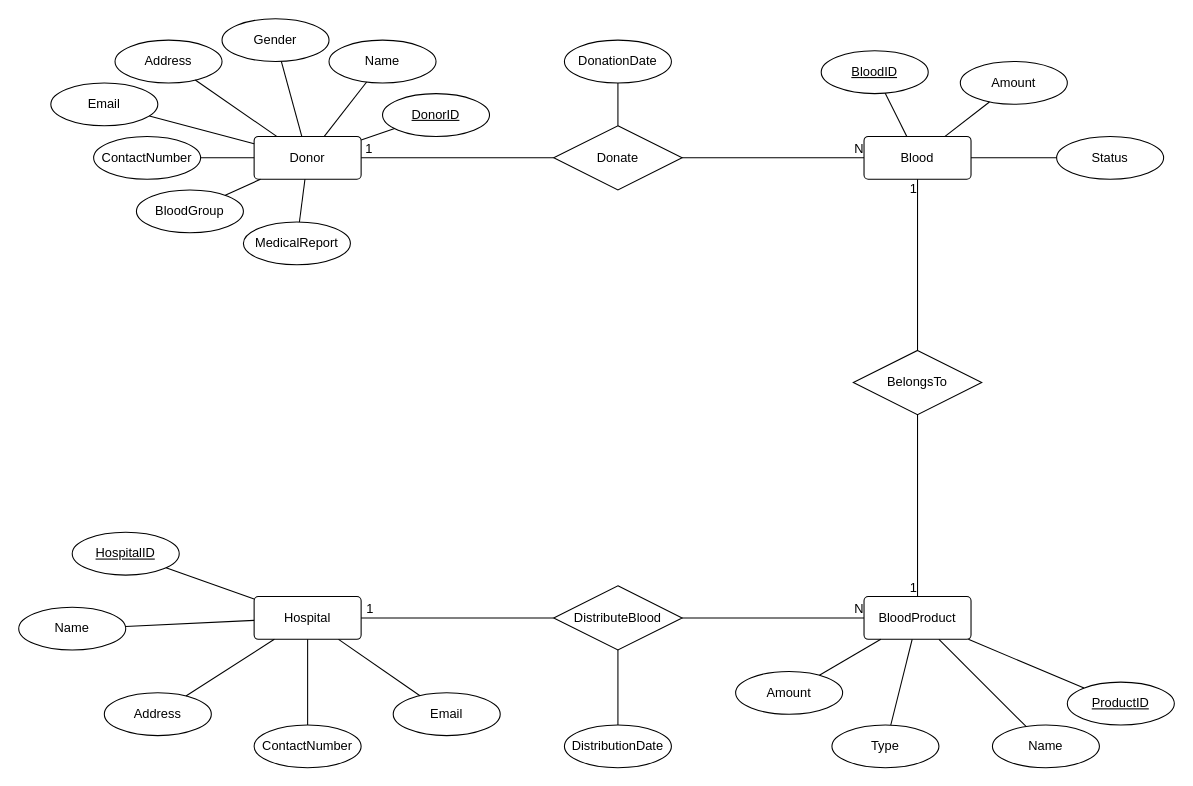
This is Project.drawio from phucnguyen111/DatabaseProject-BloodManagement, a draw.io file, before an edit. Source tidied: cells renumbered, new cells numbered last; positions are measured from the earlier drawing's top-left corner, leaving out a move shared by most shapes. Both pictures are drawn from the tidied source at 107%, with x=0, y=0 at pixel (18, 18).
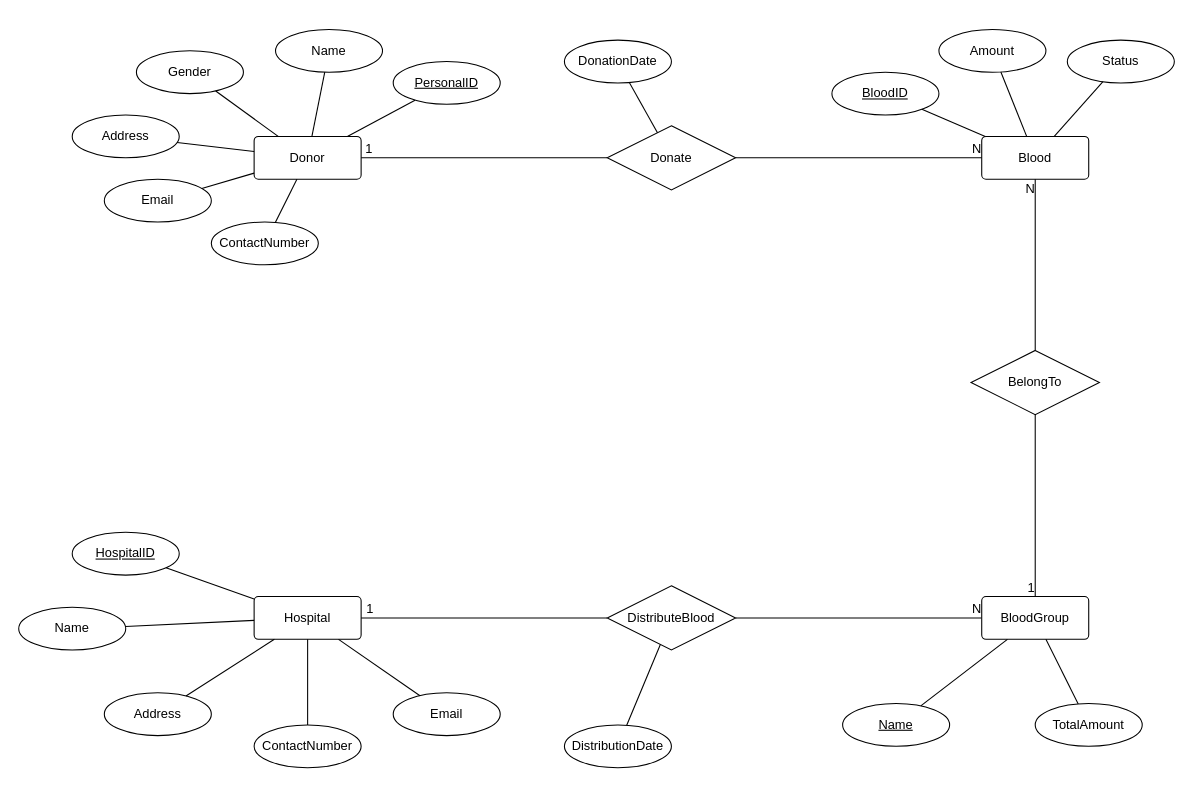
The same diagram, later.

Unchanged cells that the change refers to:
```xml
<mxCell id="2" value="Donor" style="rounded=1;arcSize=10;whiteSpace=wrap;html=1;align=center;" parent="1" vertex="1">
  <mxGeometry x="220" y="110" width="100" height="40" as="geometry" />
</mxCell>
<mxCell id="28" style="endArrow=none;html=1;rounded=0;" parent="1" edge="1" source="27" target="17">
  <mxGeometry relative="1" as="geometry" />
</mxCell>
```

The edit, as a diff of the source:
```diff
@@
-    <mxCell id="3" value="DonorID" style="ellipse;whiteSpace=wrap;html=1;align=center;fontStyle=4;" parent="1" vertex="1">
-      <mxGeometry x="340" y="70" width="100" height="40" as="geometry" />
-    </mxCell>
     <mxCell id="4" value="Name" style="ellipse;whiteSpace=wrap;html=1;align=center;" parent="1" vertex="1">
-      <mxGeometry x="290" y="20" width="100" height="40" as="geometry" />
+      <mxGeometry x="240" y="10" width="100" height="40" as="geometry" />
     </mxCell>
-    <mxCell id="5" value="BloodGroup" style="ellipse;whiteSpace=wrap;html=1;align=center;" parent="1" vertex="1">
-      <mxGeometry x="110" y="160" width="100" height="40" as="geometry" />
-    </mxCell>
-    <mxCell id="6" value="MedicalReport" style="ellipse;whiteSpace=wrap;html=1;align=center;" parent="1" vertex="1">
-      <mxGeometry x="210" y="190" width="100" height="40" as="geometry" />
+    <mxCell id="6" value="PersonalID" style="ellipse;whiteSpace=wrap;html=1;align=center;fontStyle=4;" parent="1" vertex="1">
+      <mxGeometry x="350" y="40" width="100" height="40" as="geometry" />
     </mxCell>
     <mxCell id="7" value="Address" style="ellipse;whiteSpace=wrap;html=1;align=center;" parent="1" vertex="1">
-      <mxGeometry x="90" y="20" width="100" height="40" as="geometry" />
+      <mxGeometry x="50" y="90" width="100" height="40" as="geometry" />
     </mxCell>
     <mxCell id="8" value="ContactNumber" style="ellipse;whiteSpace=wrap;html=1;align=center;" parent="1" vertex="1">
-      <mxGeometry x="70" y="110" width="100" height="40" as="geometry" />
+      <mxGeometry x="180" y="190" width="100" height="40" as="geometry" />
     </mxCell>
     <mxCell id="9" value="Email" style="ellipse;whiteSpace=wrap;html=1;align=center;" parent="1" vertex="1">
-      <mxGeometry x="30" y="60" width="100" height="40" as="geometry" />
+      <mxGeometry x="80" y="150" width="100" height="40" as="geometry" />
     </mxCell>
@@
-    <mxCell id="13" style="endArrow=none;html=1;rounded=0;" parent="1" edge="1" source="3" target="2">
-      <mxGeometry relative="1" as="geometry" />
-    </mxCell>
-    <mxCell id="14" style="endArrow=none;html=1;rounded=0;" parent="1" edge="1" source="5" target="2">
-      <mxGeometry relative="1" as="geometry" />
-    </mxCell>
@@
     <mxCell id="17" value="Blood" style="rounded=1;arcSize=10;whiteSpace=wrap;html=1;align=center;" parent="1" vertex="1">
-      <mxGeometry x="790" y="110" width="100" height="40" as="geometry" />
+      <mxGeometry x="900" y="110" width="100" height="40" as="geometry" />
     </mxCell>
     <mxCell id="18" value="Amount" style="ellipse;whiteSpace=wrap;html=1;align=center;" parent="1" vertex="1">
-      <mxGeometry x="880" y="40" width="100" height="40" as="geometry" />
+      <mxGeometry x="860" y="10" width="100" height="40" as="geometry" />
     </mxCell>
     <mxCell id="19" value="Status" style="ellipse;whiteSpace=wrap;html=1;align=center;" parent="1" vertex="1">
-      <mxGeometry x="970" y="110" width="100" height="40" as="geometry" />
+      <mxGeometry x="980" y="20" width="100" height="40" as="geometry" />
     </mxCell>
@@
     <mxCell id="22" value="Donate" style="shape=rhombus;perimeter=rhombusPerimeter;whiteSpace=wrap;html=1;align=center;" parent="1" vertex="1">
-      <mxGeometry x="500" y="100" width="120" height="60" as="geometry" />
+      <mxGeometry x="550" y="100" width="120" height="60" as="geometry" />
     </mxCell>
@@
-    <mxCell id="27" value="BelongsTo" style="shape=rhombus;perimeter=rhombusPerimeter;whiteSpace=wrap;html=1;align=center;" parent="1" vertex="1">
-      <mxGeometry x="780" y="310" width="120" height="60" as="geometry" />
+    <mxCell id="27" value="BelongTo" style="shape=rhombus;perimeter=rhombusPerimeter;whiteSpace=wrap;html=1;align=center;" parent="1" vertex="1">
+      <mxGeometry x="890" y="310" width="120" height="60" as="geometry" />
     </mxCell>
@@
-    <mxCell id="29" value="1" style="html=1;align=right;verticalAlign=bottom;" parent="28" vertex="1">
+    <mxCell id="29" value="N" style="html=1;align=right;verticalAlign=bottom;" parent="28" vertex="1">
       <mxGeometry x="1" relative="1" as="geometry">
         <mxPoint y="17" as="offset" />
       </mxGeometry>
     </mxCell>
     <mxCell id="30" value="BloodID" style="ellipse;whiteSpace=wrap;html=1;align=center;fontStyle=4;" parent="1" vertex="1">
-      <mxGeometry x="750" y="30" width="100" height="40" as="geometry" />
+      <mxGeometry x="760" y="50" width="100" height="40" as="geometry" />
     </mxCell>
@@
     <mxCell id="35" value="DistributeBlood" style="shape=rhombus;perimeter=rhombusPerimeter;whiteSpace=wrap;html=1;align=center;" parent="1" vertex="1">
-      <mxGeometry x="500" y="530" width="120" height="60" as="geometry" />
+      <mxGeometry x="550" y="530" width="120" height="60" as="geometry" />
     </mxCell>
@@
     <mxCell id="52" value="Gender" style="ellipse;whiteSpace=wrap;html=1;align=center;" parent="1" vertex="1">
-      <mxGeometry x="190" width="100" height="40" as="geometry" />
+      <mxGeometry x="110" y="30" width="100" height="40" as="geometry" />
     </mxCell>
@@
-    <mxCell id="54" value="BloodProduct" style="rounded=1;arcSize=10;whiteSpace=wrap;html=1;align=center;" parent="1" vertex="1">
-      <mxGeometry x="790" y="540" width="100" height="40" as="geometry" />
+    <mxCell id="54" value="BloodGroup" style="rounded=1;arcSize=10;whiteSpace=wrap;html=1;align=center;" parent="1" vertex="1">
+      <mxGeometry x="900" y="540" width="100" height="40" as="geometry" />
     </mxCell>
-    <mxCell id="55" value="ProductID" style="ellipse;whiteSpace=wrap;html=1;align=center;fontStyle=4;" parent="1" vertex="1">
-      <mxGeometry x="980" y="620" width="100" height="40" as="geometry" />
+    <mxCell id="55" value="Name" style="ellipse;whiteSpace=wrap;html=1;align=center;fontStyle=4;" parent="1" vertex="1">
+      <mxGeometry x="770" y="640" width="100" height="40" as="geometry" />
     </mxCell>
-    <mxCell id="56" value="Name" style="ellipse;whiteSpace=wrap;html=1;align=center;" parent="1" vertex="1">
-      <mxGeometry x="910" y="660" width="100" height="40" as="geometry" />
+    <mxCell id="56" value="TotalAmount" style="ellipse;whiteSpace=wrap;html=1;align=center;" parent="1" vertex="1">
+      <mxGeometry x="950" y="640" width="100" height="40" as="geometry" />
     </mxCell>
-    <mxCell id="57" value="Type" style="ellipse;whiteSpace=wrap;html=1;align=center;" parent="1" vertex="1">
-      <mxGeometry x="760" y="660" width="100" height="40" as="geometry" />
-    </mxCell>
-    <mxCell id="58" value="Amount" style="ellipse;whiteSpace=wrap;html=1;align=center;" parent="1" vertex="1">
-      <mxGeometry x="670" y="610" width="100" height="40" as="geometry" />
-    </mxCell>
@@
-    <mxCell id="61" style="endArrow=none;html=1;rounded=0;" parent="1" edge="1" source="57" target="54">
-      <mxGeometry relative="1" as="geometry" />
-    </mxCell>
-    <mxCell id="62" style="endArrow=none;html=1;rounded=0;" parent="1" edge="1" source="54" target="58">
-      <mxGeometry relative="1" as="geometry" />
-    </mxCell>
```
